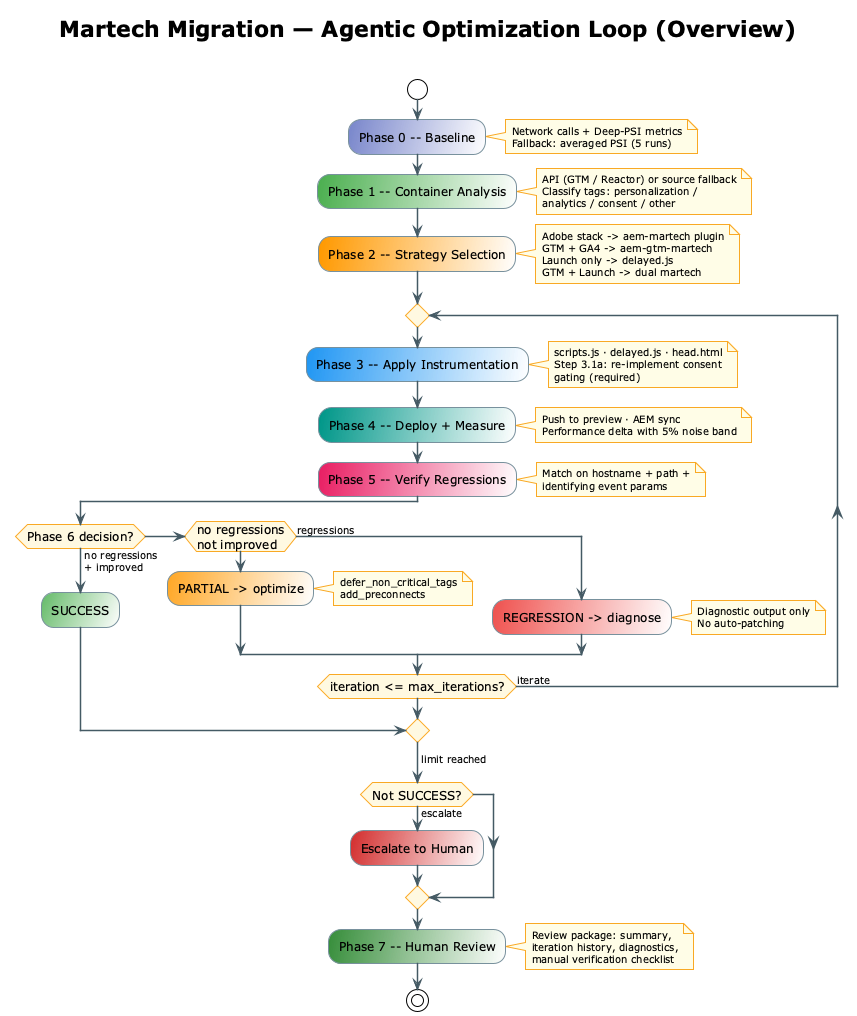
Above: plugins/aem/edge-delivery-services/skills/backend-integration/workflows/agentic-loop-overview.png in asthabh23/skills (PlantUML), before the change.
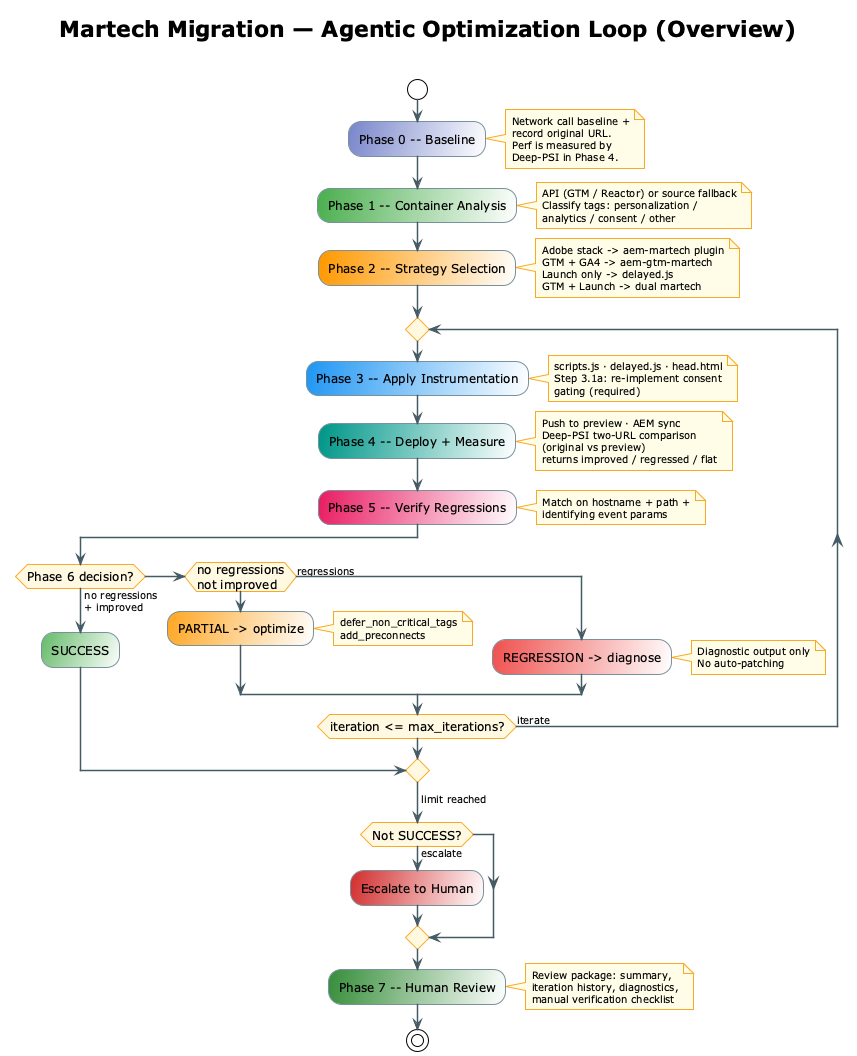
After the change.

Commit message:
docs(backend-integration): use Deep-PSI two-URL comparison end-to-end

What changed in the source:
```diff
@@ -21,8 +21,10 @@
 
 :Phase 0 -- Baseline; <<#7986CB/white>>
 note right
-  Network calls + Deep-PSI metrics
-  Fallback: averaged PSI (5 runs)
+  Network call baseline +
+  record original URL.
+  Perf is measured by
+  Deep-PSI in Phase 4.
 end note
 
 :Phase 1 -- Container Analysis; <<#4CAF50/white>>
@@ -52,7 +54,9 @@
   :Phase 4 -- Deploy + Measure; <<#009688/white>>
   note right
     Push to preview · AEM sync
-    Performance delta with 5% noise band
+    Deep-PSI two-URL comparison
+    (original vs preview)
+    returns improved / regressed / flat
   end note
 
   :Phase 5 -- Verify Regressions; <<#E91E63/white>>
```
